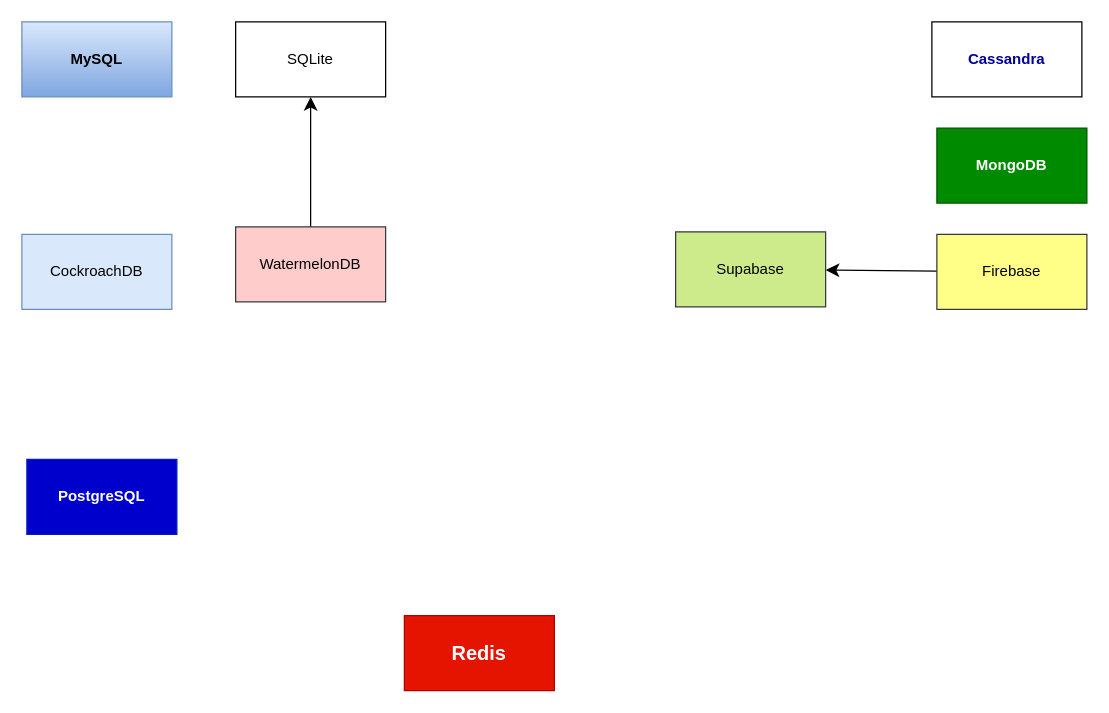
Earlier version of the draw.io diagram page "Database" (3 of 5) of Link_Bookmarks.drawio (sunflynf/diagram-only). Source tidied: cells renumbered, new cells numbered last; positions are measured from the earlier drawing's top-left corner, leaving out a move shared by most shapes. Both pictures are drawn from the tidied source at 125%, with x=0, y=0 at pixel (21, 21).
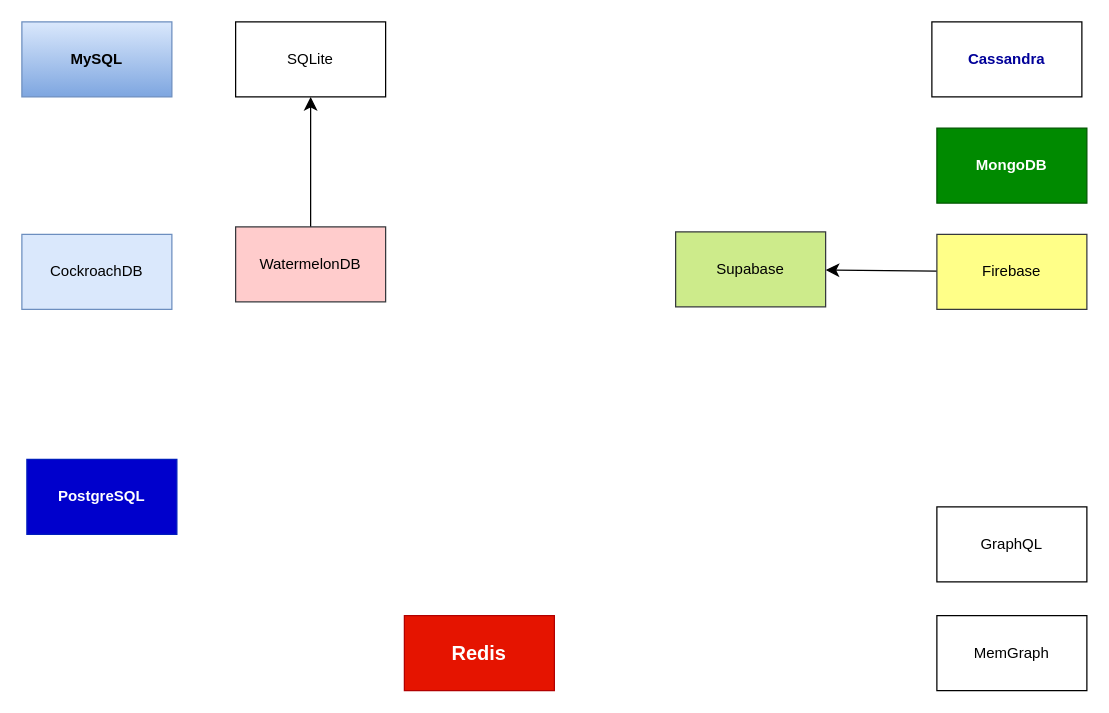
Above is the later version.

The edit, as a diff of the source:
```diff
@@
 <mxGraphModel>
   <root>
     <mxCell id="0" />
     <mxCell id="1" parent="0" />
     <mxCell id="2" value="MySQL" style="whiteSpace=wrap;html=1;fontStyle=1;fillColor=#dae8fc;gradientColor=#7ea6e0;strokeColor=#6c8ebf;" parent="1" vertex="1">
       <mxGeometry width="120" height="60" as="geometry" />
     </mxCell>
     <mxCell id="3" style="edgeStyle=none;curved=1;rounded=0;jettySize=auto;html=1;fontSize=12;startSize=8;endSize=8;" parent="1" edge="1" source="4" target="5">
       <mxGeometry relative="1" as="geometry" />
     </mxCell>
     <mxCell id="4" value="Firebase" style="whiteSpace=wrap;html=1;fillColor=#ffff88;strokeColor=#36393d;" parent="1" vertex="1">
       <mxGeometry x="732" y="170" width="120" height="60" as="geometry" />
     </mxCell>
     <mxCell id="5" value="Supabase" style="whiteSpace=wrap;html=1;fillColor=#cdeb8b;strokeColor=#36393d;" parent="1" vertex="1">
       <mxGeometry x="523" y="168" width="120" height="60" as="geometry" />
     </mxCell>
     <mxCell id="6" style="edgeStyle=none;curved=1;rounded=0;jettySize=auto;html=1;fontSize=12;startSize=8;endSize=8;" parent="1" edge="1" source="7" target="8">
       <mxGeometry relative="1" as="geometry" />
     </mxCell>
     <mxCell id="7" value="WatermelonDB" style="whiteSpace=wrap;html=1;fillColor=#ffcccc;strokeColor=#36393d;" parent="1" vertex="1">
       <mxGeometry x="171" y="164" width="120" height="60" as="geometry" />
     </mxCell>
     <mxCell id="8" value="SQLite" style="whiteSpace=wrap;html=1;" parent="1" vertex="1">
       <mxGeometry x="171" width="120" height="60" as="geometry" />
     </mxCell>
     <mxCell id="9" value="CockroachDB" style="whiteSpace=wrap;html=1;fillColor=#dae8fc;strokeColor=#6c8ebf;" parent="1" vertex="1">
       <mxGeometry y="170" width="120" height="60" as="geometry" />
     </mxCell>
     <mxCell id="10" value="&lt;div&gt;Cassandra&lt;/div&gt;" style="whiteSpace=wrap;html=1;fontStyle=1;fontColor=#000099;" parent="1" vertex="1">
       <mxGeometry x="728" width="120" height="60" as="geometry" />
     </mxCell>
     <mxCell id="11" value="Redis" style="whiteSpace=wrap;html=1;fillColor=#e51400;fontColor=#ffffff;strokeColor=#B20000;fontStyle=1;fontSize=16;" parent="1" vertex="1">
       <mxGeometry x="306" y="475" width="120" height="60" as="geometry" />
     </mxCell>
     <mxCell id="12" value="PostgreSQL" style="whiteSpace=wrap;html=1;fillColor=#0000CC;fontColor=#ffffff;strokeColor=#001DBC;fontStyle=1;" parent="1" vertex="1">
       <mxGeometry x="4" y="350" width="120" height="60" as="geometry" />
     </mxCell>
     <mxCell id="13" value="MongoDB" style="whiteSpace=wrap;html=1;fillColor=#008a00;fontColor=#ffffff;strokeColor=#005700;fontStyle=1;" parent="1" vertex="1">
       <mxGeometry x="732" y="85" width="120" height="60" as="geometry" />
     </mxCell>
+    <mxCell id="14" value="MemGraph" style="whiteSpace=wrap;html=1;" parent="1" vertex="1">
+      <mxGeometry x="732" y="475" width="120" height="60" as="geometry" />
+    </mxCell>
+    <mxCell id="15" value="GraphQL" style="whiteSpace=wrap;html=1;" parent="1" vertex="1">
+      <mxGeometry x="732" y="388" width="120" height="60" as="geometry" />
+    </mxCell>
   </root>
 </mxGraphModel>
```
